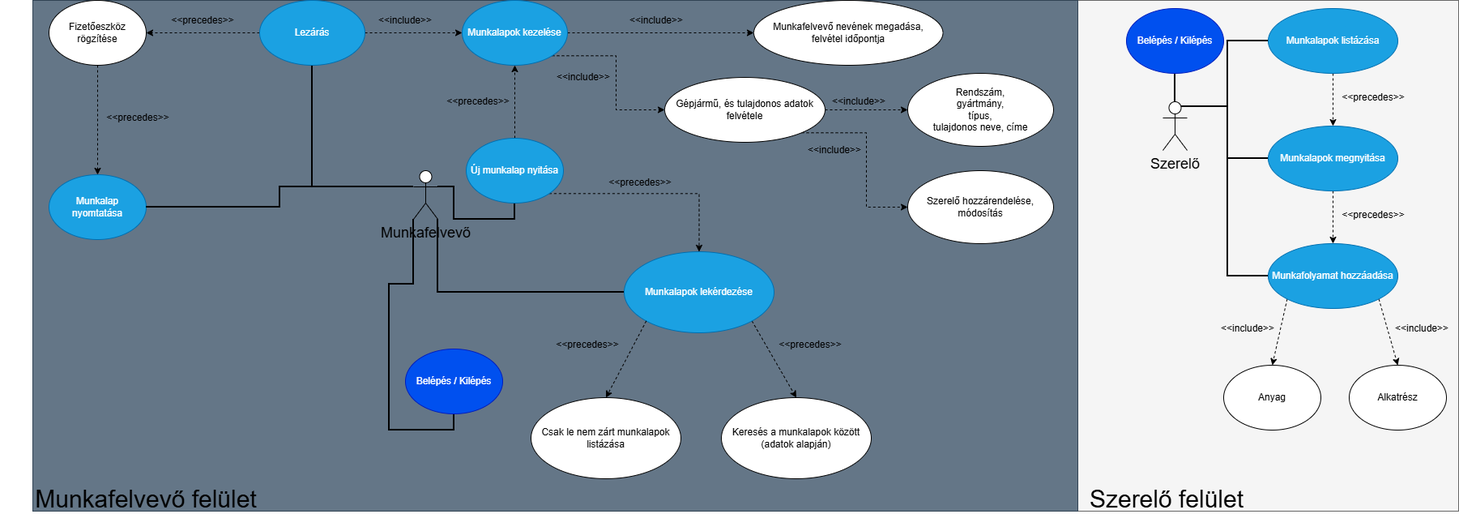
The draw.io diagram Docs/diagram.png in Uni-Sopron/Szerelomuhely_beadando, before a commit. Source tidied: cells renumbered, new cells last; positions are measured from the earlier drawing's top-left corner, leaving out a move shared by most shapes.
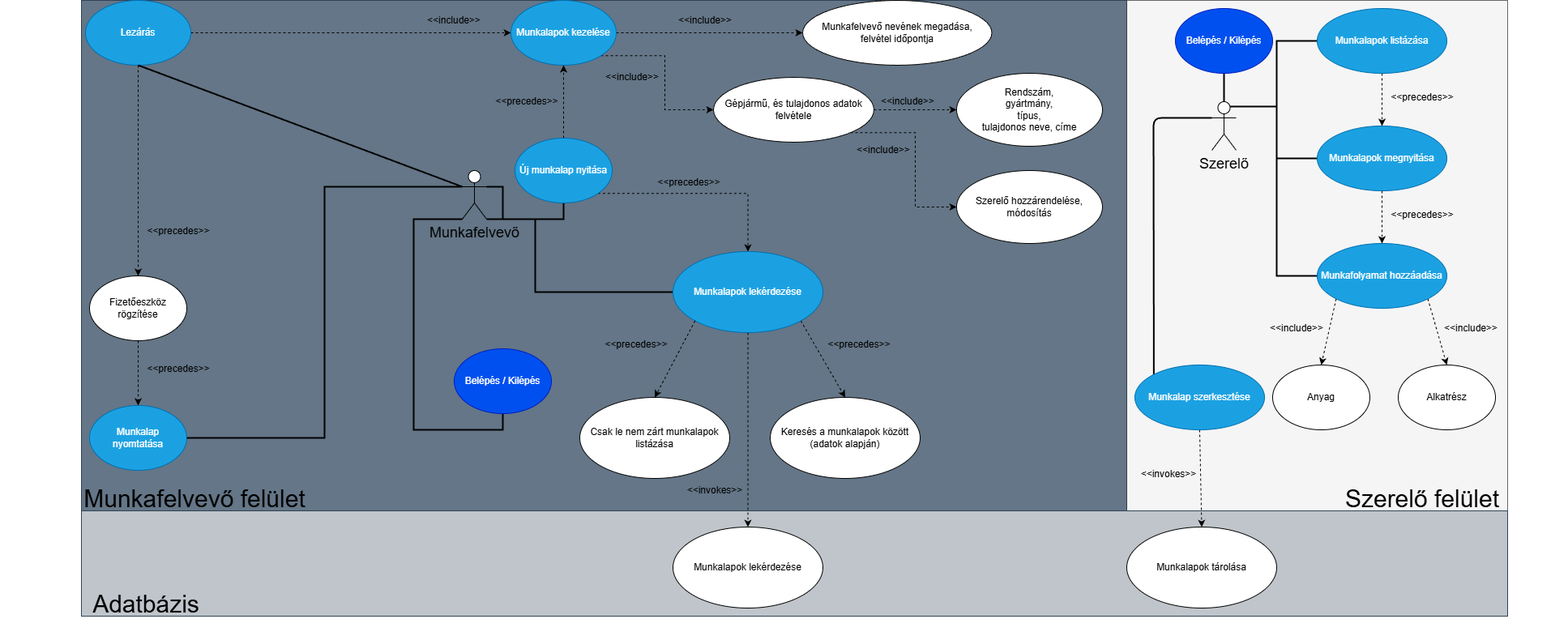
The same file after the commit.

Diff of the diagram source:
```diff
@@ -9,20 +9,28 @@
       <mxGeometry x="40" width="1290" height="630" as="geometry" />
     </mxCell>
     <mxCell id="4" style="rounded=0;jettySize=auto;html=1;exitX=0;exitY=1;exitDx=0;exitDy=0;exitPerimeter=0;strokeWidth=2;entryX=0.5;entryY=1;entryDx=0;entryDy=0;flowAnimation=0;edgeStyle=orthogonalEdgeStyle;endArrow=none;endFill=0;" parent="1" edge="1" source="9" target="10">
-      <mxGeometry relative="1" as="geometry" />
+      <mxGeometry relative="1" as="geometry">
+        <Array as="points">
+          <mxPoint x="450" y="270" />
+          <mxPoint x="450" y="530" />
+          <mxPoint x="560" y="530" />
+        </Array>
+      </mxGeometry>
     </mxCell>
     <mxCell id="5" style="edgeStyle=orthogonalEdgeStyle;rounded=0;jettySize=auto;html=1;exitX=0.5;exitY=0;exitDx=0;exitDy=0;exitPerimeter=0;entryX=0.5;entryY=1;entryDx=0;entryDy=0;strokeColor=none;" parent="1" edge="1" source="9" target="22">
       <mxGeometry relative="1" as="geometry" />
     </mxCell>
     <mxCell id="6" style="edgeStyle=orthogonalEdgeStyle;rounded=0;jettySize=auto;html=1;exitX=1;exitY=1;exitDx=0;exitDy=0;exitPerimeter=0;entryX=0;entryY=0.5;entryDx=0;entryDy=0;strokeWidth=2;endArrow=none;endFill=0;" parent="1" edge="1" source="9" target="26">
-      <mxGeometry relative="1" as="geometry" />
+      <mxGeometry relative="1" as="geometry">
+        <Array as="points">
+          <mxPoint x="600" y="270" />
+          <mxPoint x="600" y="360" />
+        </Array>
+      </mxGeometry>
     </mxCell>
     <mxCell id="7" style="edgeStyle=orthogonalEdgeStyle;rounded=0;jettySize=auto;html=1;exitX=1;exitY=0.3333333333333333;exitDx=0;exitDy=0;exitPerimeter=0;entryX=0.5;entryY=1;entryDx=0;entryDy=0;strokeWidth=2;endArrow=none;endFill=0;" parent="1" edge="1" source="9" target="22">
       <mxGeometry relative="1" as="geometry" />
     </mxCell>
-    <mxCell id="8" style="edgeStyle=orthogonalEdgeStyle;rounded=0;jettySize=auto;html=1;exitX=0;exitY=0.3333333333333333;exitDx=0;exitDy=0;exitPerimeter=0;entryX=0.5;entryY=1;entryDx=0;entryDy=0;endArrow=none;endFill=0;strokeWidth=2;" parent="1" edge="1" source="9" target="35">
-      <mxGeometry relative="1" as="geometry" />
-    </mxCell>
     <mxCell id="9" value="Munkafelvevő" style="shape=umlActor;verticalLabelPosition=bottom;verticalAlign=top;html=1;outlineConnect=0;fontSize=18;" parent="1" vertex="1">
       <mxGeometry x="510" y="210" width="30" height="60" as="geometry" />
     </mxCell>
@@ -98,29 +106,29 @@
     <mxCell id="33" style="edgeStyle=orthogonalEdgeStyle;rounded=0;jettySize=auto;html=1;entryX=0;entryY=0.5;entryDx=0;entryDy=0;dashed=1;exitX=1;exitY=0.5;exitDx=0;exitDy=0;" parent="1" edge="1" source="35" target="13">
       <mxGeometry relative="1" as="geometry" />
     </mxCell>
-    <mxCell id="34" style="edgeStyle=orthogonalEdgeStyle;rounded=0;jettySize=auto;html=1;exitX=0;exitY=0.5;exitDx=0;exitDy=0;entryX=1;entryY=0.5;entryDx=0;entryDy=0;dashed=1;" parent="1" edge="1" source="35" target="37">
+    <mxCell id="34" style="edgeStyle=none;html=1;exitX=0.5;exitY=1;exitDx=0;exitDy=0;entryX=0.5;entryY=0;entryDx=0;entryDy=0;dashed=1;" parent="1" edge="1" source="35" target="37">
       <mxGeometry relative="1" as="geometry" />
     </mxCell>
     <mxCell id="35" value="Lezárás" style="ellipse;whiteSpace=wrap;html=1;fillColor=#1ba1e2;fontColor=#ffffff;strokeColor=#006EAF;" parent="1" vertex="1">
-      <mxGeometry x="320" width="130" height="80" as="geometry" />
+      <mxGeometry x="45" width="130" height="80" as="geometry" />
     </mxCell>
     <mxCell id="36" style="edgeStyle=orthogonalEdgeStyle;rounded=0;jettySize=auto;html=1;exitX=0.5;exitY=1;exitDx=0;exitDy=0;dashed=1;" parent="1" edge="1" source="37" target="40">
       <mxGeometry relative="1" as="geometry" />
     </mxCell>
     <mxCell id="37" value="Fizetőeszköz rögzítése" style="ellipse;whiteSpace=wrap;html=1;" parent="1" vertex="1">
-      <mxGeometry x="60" width="120" height="80" as="geometry" />
+      <mxGeometry x="50" y="340" width="120" height="80" as="geometry" />
     </mxCell>
     <mxCell id="38" value="&amp;lt;&amp;lt;include&amp;gt;&amp;gt;" style="text;html=1;whiteSpace=wrap;strokeColor=none;fillColor=none;align=center;verticalAlign=middle;rounded=0;" parent="1" vertex="1">
       <mxGeometry x="470" y="10" width="60" height="30" as="geometry" />
     </mxCell>
     <mxCell id="39" value="&amp;lt;&amp;lt;precedes&amp;gt;&amp;gt;" style="text;html=1;whiteSpace=wrap;strokeColor=none;fillColor=none;align=center;verticalAlign=middle;rounded=0;" parent="1" vertex="1">
-      <mxGeometry x="220" y="10" width="60" height="30" as="geometry" />
+      <mxGeometry x="130" y="270" width="60" height="30" as="geometry" />
     </mxCell>
     <mxCell id="40" value="Munkalap&lt;div&gt;nyomtatása&lt;/div&gt;" style="ellipse;whiteSpace=wrap;html=1;fillColor=#1ba1e2;fontColor=#ffffff;strokeColor=#006EAF;" parent="1" vertex="1">
-      <mxGeometry x="60" y="215" width="120" height="80" as="geometry" />
+      <mxGeometry x="50" y="500" width="120" height="80" as="geometry" />
     </mxCell>
     <mxCell id="41" value="&amp;lt;&amp;lt;precedes&amp;gt;&amp;gt;" style="text;html=1;whiteSpace=wrap;strokeColor=none;fillColor=none;align=center;verticalAlign=middle;rounded=0;" parent="1" vertex="1">
-      <mxGeometry x="140" y="130" width="60" height="30" as="geometry" />
+      <mxGeometry x="130" y="440" width="60" height="30" as="geometry" />
     </mxCell>
     <mxCell id="42" style="edgeStyle=orthogonalEdgeStyle;rounded=0;jettySize=auto;html=1;exitX=1;exitY=0.5;exitDx=0;exitDy=0;entryX=0;entryY=0.3333333333333333;entryDx=0;entryDy=0;entryPerimeter=0;strokeWidth=2;endArrow=none;endFill=0;" parent="1" edge="1" source="40" target="9">
       <mxGeometry relative="1" as="geometry" />
@@ -137,6 +145,13 @@
     <mxCell id="46" style="edgeStyle=orthogonalEdgeStyle;rounded=0;jettySize=auto;html=1;exitX=0.75;exitY=0.1;exitDx=0;exitDy=0;exitPerimeter=0;entryX=0;entryY=0.5;entryDx=0;entryDy=0;strokeWidth=2;endArrow=none;endFill=0;" parent="1" edge="1" source="47" target="55">
       <mxGeometry relative="1" as="geometry" />
     </mxCell>
+    <mxCell id="67" style="edgeStyle=none;html=1;exitX=0;exitY=0.3333333333333333;exitDx=0;exitDy=0;exitPerimeter=0;entryX=0;entryY=0;entryDx=0;entryDy=0;endArrow=none;endFill=0;strokeWidth=2;" parent="1" edge="1" source="47" target="76">
+      <mxGeometry relative="1" as="geometry">
+        <Array as="points">
+          <mxPoint x="1363" y="145" />
+        </Array>
+      </mxGeometry>
+    </mxCell>
     <mxCell id="47" value="Szerelő" style="shape=umlActor;verticalLabelPosition=bottom;verticalAlign=top;html=1;outlineConnect=0;fontSize=18;" parent="1" vertex="1">
       <mxGeometry x="1435" y="125" width="30" height="60" as="geometry" />
     </mxCell>
@@ -195,7 +210,37 @@
       <mxGeometry y="600" width="360" height="30" as="geometry" />
     </mxCell>
     <mxCell id="66" value="&lt;font style=&quot;font-size: 30px;&quot;&gt;Szerelő felület&lt;/font&gt;" style="text;html=1;whiteSpace=wrap;align=center;verticalAlign=middle;rounded=0;" parent="1" vertex="1">
-      <mxGeometry x="1260" y="600" width="360" height="30" as="geometry" />
+      <mxGeometry x="1515" y="600" width="360" height="30" as="geometry" />
     </mxCell>
+    <mxCell id="68" style="rounded=0;whiteSpace=wrap;html=1;fillColor=light-dark(#bfc5ca, #7d8c9b);fontColor=#ffffff;strokeColor=#314354;" parent="1" vertex="1">
+      <mxGeometry x="40" y="630" width="1760" height="130" as="geometry" />
+    </mxCell>
+    <mxCell id="69" value="&lt;font style=&quot;font-size: 30px;&quot;&gt;Adatbázis&lt;/font&gt;" style="text;html=1;whiteSpace=wrap;align=center;verticalAlign=middle;rounded=0;" parent="1" vertex="1">
+      <mxGeometry x="-60" y="730" width="360" height="30" as="geometry" />
+    </mxCell>
+    <mxCell id="70" value="Munkalapok lekérdezése" style="ellipse;whiteSpace=wrap;html=1;" parent="1" vertex="1">
+      <mxGeometry x="770" y="650" width="185" height="100" as="geometry" />
+    </mxCell>
+    <mxCell id="71" value="Munkalapok tárolása" style="ellipse;whiteSpace=wrap;html=1;" parent="1" vertex="1">
+      <mxGeometry x="1330" y="650" width="185" height="100" as="geometry" />
+    </mxCell>
+    <mxCell id="72" style="edgeStyle=none;html=1;exitX=0.5;exitY=1;exitDx=0;exitDy=0;dashed=1;" parent="1" edge="1" source="26" target="70">
+      <mxGeometry relative="1" as="geometry" />
+    </mxCell>
+    <mxCell id="73" value="&amp;lt;&amp;lt;invokes&amp;gt;&amp;gt;" style="text;html=1;whiteSpace=wrap;strokeColor=none;fillColor=none;align=center;verticalAlign=middle;rounded=0;" parent="1" vertex="1">
+      <mxGeometry x="780" y="590" width="84" height="30" as="geometry" />
+    </mxCell>
+    <mxCell id="74" style="edgeStyle=none;html=1;exitX=0.5;exitY=1;exitDx=0;exitDy=0;entryX=0;entryY=0.3333333333333333;entryDx=0;entryDy=0;entryPerimeter=0;endArrow=none;endFill=0;strokeWidth=2;" parent="1" edge="1" source="35" target="9">
+      <mxGeometry relative="1" as="geometry" />
+    </mxCell>
+    <mxCell id="75" style="edgeStyle=none;html=1;exitX=0.5;exitY=1;exitDx=0;exitDy=0;entryX=0.5;entryY=0;entryDx=0;entryDy=0;dashed=1;" parent="1" edge="1" source="76" target="71">
+      <mxGeometry relative="1" as="geometry" />
+    </mxCell>
+    <mxCell id="76" value="Munkalap szerkesztése" style="ellipse;whiteSpace=wrap;html=1;fillColor=#1ba1e2;fontColor=#ffffff;strokeColor=#006EAF;" parent="1" vertex="1">
+      <mxGeometry x="1340" y="450" width="160" height="80" as="geometry" />
+    </mxCell>
+    <mxCell id="77" value="&amp;lt;&amp;lt;invokes&amp;gt;&amp;gt;" style="text;html=1;whiteSpace=wrap;strokeColor=none;fillColor=none;align=center;verticalAlign=middle;rounded=0;" parent="1" vertex="1">
+      <mxGeometry x="1340" y="570" width="84" height="30" as="geometry" />
+    </mxCell>
   </root>
 </mxGraphModel>
```
